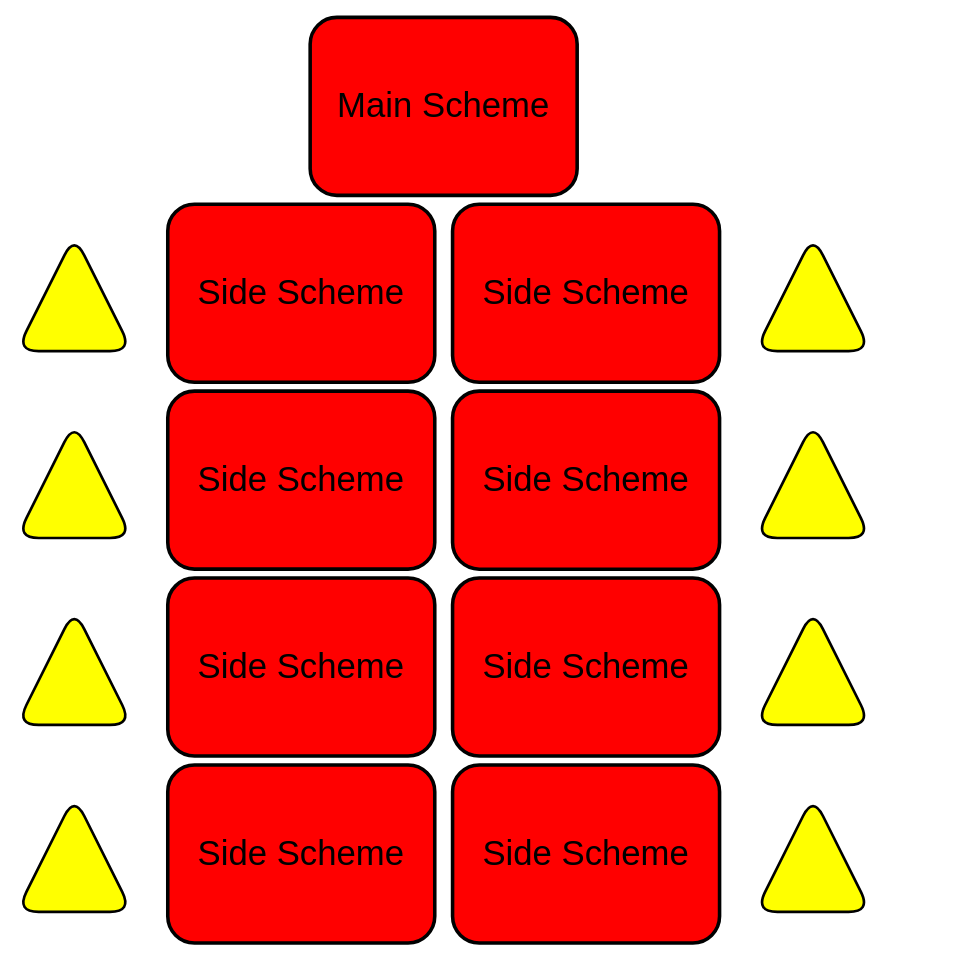
Before: wireframes/SchemeMat.drawio in funkymonkeymonk/tts-marvel-champions-automated, a draw.io diagram. Source tidied: cells renumbered, new cells numbered last; positions are measured from the earlier drawing's top-left corner, leaving out a move shared by most shapes. Both pictures are drawn from the tidied source at 89%, with x=0, y=0 at pixel (16, 17).
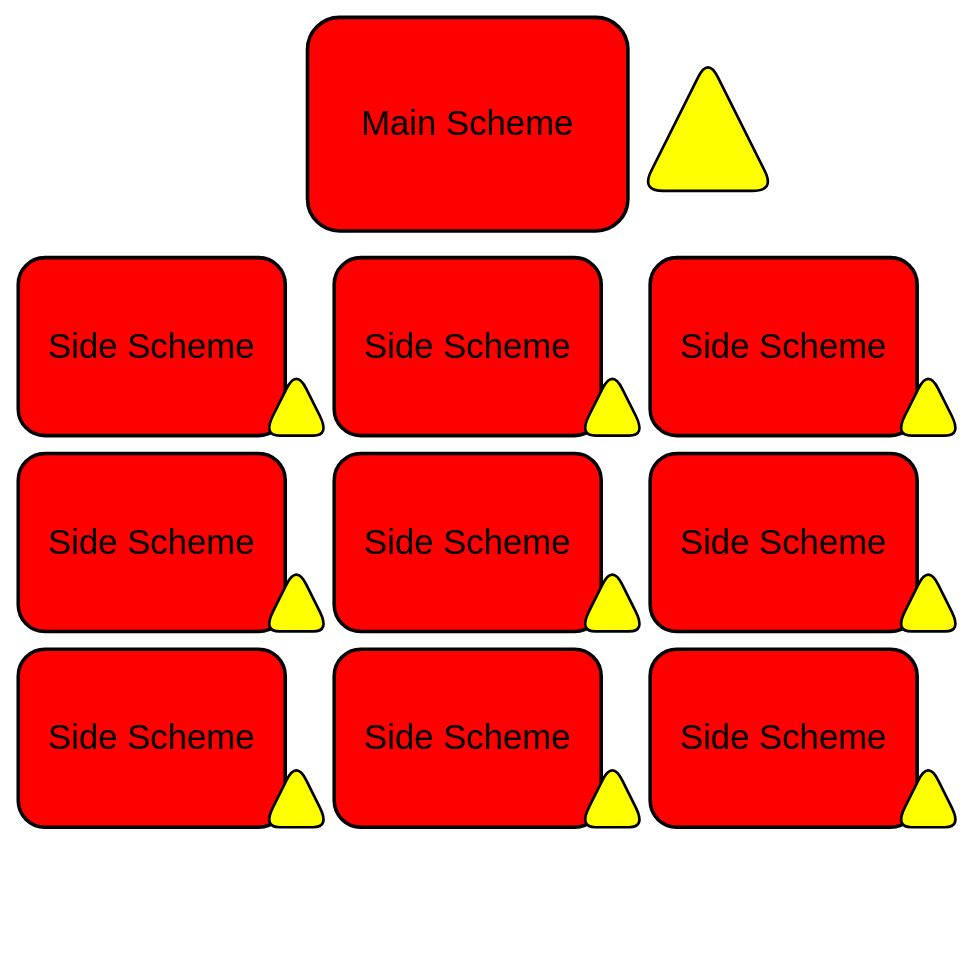
After the change.

Commit message:
Overlap threat trackers and make main scheme bigger

Diff of the diagram source:
```diff
@@
     <mxCell id="2" value="Main Scheme" style="rounded=1;whiteSpace=wrap;html=1;fontFamily=Bangers;FType=g;fontSize=39;fillColor=#FF0000;strokeWidth=4;shadow=0;comic=0;glass=0;direction=south;" parent="1" vertex="1">
-      <mxGeometry x="330" width="300" height="200" as="geometry" />
+      <mxGeometry x="327" width="360" height="240" as="geometry" />
     </mxCell>
+    <mxCell id="11" style="triangle;whiteSpace=wrap;html=1;direction=north;rounded=1;arcSize=50;strokeWidth=3;fillColor=#FFFF00;" parent="1" vertex="1">
+      <mxGeometry x="702" y="45" width="150" height="150" as="geometry" />
+    </mxCell>
+    <mxCell id="19" style="group;" parent="1" vertex="1">
+      <mxGeometry x="357" y="270" width="350" height="200" as="geometry" />
+    </mxCell>
-    <mxCell id="3" value="Side Scheme" style="rounded=1;whiteSpace=wrap;html=1;fontFamily=Bangers;FType=g;fontSize=39;fillColor=#FF0000;strokeWidth=4;shadow=0;comic=0;glass=0;direction=south;" parent="1" vertex="1">
-      <mxGeometry x="170" y="210" width="300" height="200" as="geometry" />
+    <mxCell id="3" value="Side Scheme" style="rounded=1;whiteSpace=wrap;html=1;fontFamily=Bangers;FType=g;fontSize=39;fillColor=#FF0000;strokeWidth=4;shadow=0;comic=0;glass=0;direction=south;" parent="19" vertex="1">
+      <mxGeometry width="300" height="200" as="geometry" />
     </mxCell>
-    <mxCell id="4" value="Side Scheme" style="rounded=1;whiteSpace=wrap;html=1;fontFamily=Bangers;FType=g;fontSize=39;fillColor=#FF0000;strokeWidth=4;shadow=0;comic=0;glass=0;direction=south;" parent="1" vertex="1">
-      <mxGeometry x="490" y="210" width="300" height="200" as="geometry" />
-    </mxCell>
-    <mxCell id="5" value="Side Scheme" style="rounded=1;whiteSpace=wrap;html=1;fontFamily=Bangers;FType=g;fontSize=39;fillColor=#FF0000;strokeWidth=4;shadow=0;comic=0;glass=0;direction=south;" parent="1" vertex="1">
-      <mxGeometry x="490" y="420" width="300" height="200" as="geometry" />
-    </mxCell>
-    <mxCell id="6" value="Side Scheme" style="rounded=1;whiteSpace=wrap;html=1;fontFamily=Bangers;FType=g;fontSize=39;fillColor=#FF0000;strokeWidth=4;shadow=0;comic=0;glass=0;direction=south;" parent="1" vertex="1">
-      <mxGeometry x="170" y="420" width="300" height="200" as="geometry" />
-    </mxCell>
-    <mxCell id="7" value="Side Scheme" style="rounded=1;whiteSpace=wrap;html=1;fontFamily=Bangers;FType=g;fontSize=39;fillColor=#FF0000;strokeWidth=4;shadow=0;comic=0;glass=0;direction=south;" parent="1" vertex="1">
-      <mxGeometry x="490" y="630" width="300" height="200" as="geometry" />
-    </mxCell>
-    <mxCell id="8" value="Side Scheme" style="rounded=1;whiteSpace=wrap;html=1;fontFamily=Bangers;FType=g;fontSize=39;fillColor=#FF0000;strokeWidth=4;shadow=0;comic=0;glass=0;direction=south;" parent="1" vertex="1">
-      <mxGeometry x="170" y="630" width="300" height="200" as="geometry" />
-    </mxCell>
-    <mxCell id="9" value="Side Scheme" style="rounded=1;whiteSpace=wrap;html=1;fontFamily=Bangers;FType=g;fontSize=39;fillColor=#FF0000;strokeWidth=4;shadow=0;comic=0;glass=0;direction=south;" parent="1" vertex="1">
-      <mxGeometry x="490" y="840" width="300" height="200" as="geometry" />
-    </mxCell>
-    <mxCell id="10" value="Side Scheme" style="rounded=1;whiteSpace=wrap;html=1;fontFamily=Bangers;FType=g;fontSize=39;fillColor=#FF0000;strokeWidth=4;shadow=0;comic=0;glass=0;direction=south;" parent="1" vertex="1">
-      <mxGeometry x="170" y="840" width="300" height="200" as="geometry" />
-    </mxCell>
-    <mxCell id="11" style="triangle;whiteSpace=wrap;html=1;direction=north;rounded=1;arcSize=50;strokeWidth=3;fillColor=#FFFF00;" parent="1" vertex="1">
-      <mxGeometry y="245" width="130" height="130" as="geometry" />
-    </mxCell>
-    <mxCell id="12" style="triangle;whiteSpace=wrap;html=1;direction=north;rounded=1;arcSize=50;strokeWidth=3;fillColor=#FFFF00;" parent="1" vertex="1">
-      <mxGeometry y="455" width="130" height="130" as="geometry" />
-    </mxCell>
-    <mxCell id="13" style="triangle;whiteSpace=wrap;html=1;direction=north;rounded=1;arcSize=50;strokeWidth=3;fillColor=#FFFF00;" parent="1" vertex="1">
-      <mxGeometry y="665" width="130" height="130" as="geometry" />
-    </mxCell>
-    <mxCell id="14" style="triangle;whiteSpace=wrap;html=1;direction=north;rounded=1;arcSize=50;strokeWidth=3;fillColor=#FFFF00;" parent="1" vertex="1">
-      <mxGeometry y="875" width="130" height="130" as="geometry" />
-    </mxCell>
-    <mxCell id="15" style="triangle;whiteSpace=wrap;html=1;direction=north;rounded=1;arcSize=50;strokeWidth=3;fillColor=#FFFF00;" parent="1" vertex="1">
-      <mxGeometry x="830" y="875" width="130" height="130" as="geometry" />
-    </mxCell>
-    <mxCell id="16" style="triangle;whiteSpace=wrap;html=1;direction=north;rounded=1;arcSize=50;strokeWidth=3;fillColor=#FFFF00;" parent="1" vertex="1">
-      <mxGeometry x="830" y="665" width="130" height="130" as="geometry" />
-    </mxCell>
-    <mxCell id="17" style="triangle;whiteSpace=wrap;html=1;direction=north;rounded=1;arcSize=50;strokeWidth=3;fillColor=#FFFF00;" parent="1" vertex="1">
-      <mxGeometry x="830" y="455" width="130" height="130" as="geometry" />
-    </mxCell>
-    <mxCell id="18" style="triangle;whiteSpace=wrap;html=1;direction=north;rounded=1;arcSize=50;strokeWidth=3;fillColor=#FFFF00;" parent="1" vertex="1">
-      <mxGeometry x="830" y="245" width="130" height="130" as="geometry" />
-    </mxCell>
+    <mxCell id="20" style="triangle;whiteSpace=wrap;html=1;direction=north;rounded=1;arcSize=50;strokeWidth=3;fillColor=#FFFF00;" parent="19" vertex="1">
+      <mxGeometry x="275" y="125" width="75" height="75" as="geometry" />
+    </mxCell>
+    <mxCell id="21" style="group;" parent="1" vertex="1">
+      <mxGeometry x="2" y="270" width="350" height="200" as="geometry" />
+    </mxCell>
+    <mxCell id="22" value="Side Scheme" style="rounded=1;whiteSpace=wrap;html=1;fontFamily=Bangers;FType=g;fontSize=39;fillColor=#FF0000;strokeWidth=4;shadow=0;comic=0;glass=0;direction=south;" parent="21" vertex="1">
+      <mxGeometry width="300" height="200" as="geometry" />
+    </mxCell>
+    <mxCell id="23" style="triangle;whiteSpace=wrap;html=1;direction=north;rounded=1;arcSize=50;strokeWidth=3;fillColor=#FFFF00;" parent="21" vertex="1">
+      <mxGeometry x="275" y="125" width="75" height="75" as="geometry" />
+    </mxCell>
+    <mxCell id="24" style="group;" parent="1" vertex="1">
+      <mxGeometry x="712" y="270" width="350" height="200" as="geometry" />
+    </mxCell>
+    <mxCell id="25" value="Side Scheme" style="rounded=1;whiteSpace=wrap;html=1;fontFamily=Bangers;FType=g;fontSize=39;fillColor=#FF0000;strokeWidth=4;shadow=0;comic=0;glass=0;direction=south;" parent="24" vertex="1">
+      <mxGeometry width="300" height="200" as="geometry" />
+    </mxCell>
+    <mxCell id="26" style="triangle;whiteSpace=wrap;html=1;direction=north;rounded=1;arcSize=50;strokeWidth=3;fillColor=#FFFF00;" parent="24" vertex="1">
+      <mxGeometry x="275" y="125" width="75" height="75" as="geometry" />
+    </mxCell>
+    <mxCell id="27" style="group;" parent="1" vertex="1">
+      <mxGeometry x="357" y="490" width="350" height="200" as="geometry" />
+    </mxCell>
+    <mxCell id="28" value="Side Scheme" style="rounded=1;whiteSpace=wrap;html=1;fontFamily=Bangers;FType=g;fontSize=39;fillColor=#FF0000;strokeWidth=4;shadow=0;comic=0;glass=0;direction=south;" parent="27" vertex="1">
+      <mxGeometry width="300" height="200" as="geometry" />
+    </mxCell>
+    <mxCell id="29" style="triangle;whiteSpace=wrap;html=1;direction=north;rounded=1;arcSize=50;strokeWidth=3;fillColor=#FFFF00;" parent="27" vertex="1">
+      <mxGeometry x="275" y="125" width="75" height="75" as="geometry" />
+    </mxCell>
+    <mxCell id="30" style="group;" parent="1" vertex="1">
+      <mxGeometry x="2" y="490" width="350" height="200" as="geometry" />
+    </mxCell>
+    <mxCell id="31" value="Side Scheme" style="rounded=1;whiteSpace=wrap;html=1;fontFamily=Bangers;FType=g;fontSize=39;fillColor=#FF0000;strokeWidth=4;shadow=0;comic=0;glass=0;direction=south;" parent="30" vertex="1">
+      <mxGeometry width="300" height="200" as="geometry" />
+    </mxCell>
+    <mxCell id="32" style="triangle;whiteSpace=wrap;html=1;direction=north;rounded=1;arcSize=50;strokeWidth=3;fillColor=#FFFF00;" parent="30" vertex="1">
+      <mxGeometry x="275" y="125" width="75" height="75" as="geometry" />
+    </mxCell>
+    <mxCell id="33" style="group;" parent="1" vertex="1">
+      <mxGeometry x="712" y="490" width="350" height="200" as="geometry" />
+    </mxCell>
+    <mxCell id="34" value="Side Scheme" style="rounded=1;whiteSpace=wrap;html=1;fontFamily=Bangers;FType=g;fontSize=39;fillColor=#FF0000;strokeWidth=4;shadow=0;comic=0;glass=0;direction=south;" parent="33" vertex="1">
+      <mxGeometry width="300" height="200" as="geometry" />
+    </mxCell>
+    <mxCell id="35" style="triangle;whiteSpace=wrap;html=1;direction=north;rounded=1;arcSize=50;strokeWidth=3;fillColor=#FFFF00;" parent="33" vertex="1">
+      <mxGeometry x="275" y="125" width="75" height="75" as="geometry" />
+    </mxCell>
+    <mxCell id="36" style="group;" parent="1" vertex="1">
+      <mxGeometry x="357" y="710" width="350" height="200" as="geometry" />
+    </mxCell>
+    <mxCell id="37" value="Side Scheme" style="rounded=1;whiteSpace=wrap;html=1;fontFamily=Bangers;FType=g;fontSize=39;fillColor=#FF0000;strokeWidth=4;shadow=0;comic=0;glass=0;direction=south;" parent="36" vertex="1">
+      <mxGeometry width="300" height="200" as="geometry" />
+    </mxCell>
+    <mxCell id="38" style="triangle;whiteSpace=wrap;html=1;direction=north;rounded=1;arcSize=50;strokeWidth=3;fillColor=#FFFF00;" parent="36" vertex="1">
+      <mxGeometry x="275" y="125" width="75" height="75" as="geometry" />
+    </mxCell>
+    <mxCell id="39" style="group;" parent="1" vertex="1">
+      <mxGeometry x="2" y="710" width="350" height="200" as="geometry" />
+    </mxCell>
+    <mxCell id="40" value="Side Scheme" style="rounded=1;whiteSpace=wrap;html=1;fontFamily=Bangers;FType=g;fontSize=39;fillColor=#FF0000;strokeWidth=4;shadow=0;comic=0;glass=0;direction=south;" parent="39" vertex="1">
+      <mxGeometry width="300" height="200" as="geometry" />
+    </mxCell>
+    <mxCell id="41" style="triangle;whiteSpace=wrap;html=1;direction=north;rounded=1;arcSize=50;strokeWidth=3;fillColor=#FFFF00;" parent="39" vertex="1">
+      <mxGeometry x="275" y="125" width="75" height="75" as="geometry" />
+    </mxCell>
+    <mxCell id="42" style="group;" parent="1" vertex="1">
+      <mxGeometry x="712" y="710" width="350" height="200" as="geometry" />
+    </mxCell>
+    <mxCell id="43" value="Side Scheme" style="rounded=1;whiteSpace=wrap;html=1;fontFamily=Bangers;FType=g;fontSize=39;fillColor=#FF0000;strokeWidth=4;shadow=0;comic=0;glass=0;direction=south;" parent="42" vertex="1">
+      <mxGeometry width="300" height="200" as="geometry" />
+    </mxCell>
+    <mxCell id="44" style="triangle;whiteSpace=wrap;html=1;direction=north;rounded=1;arcSize=50;strokeWidth=3;fillColor=#FFFF00;" parent="42" vertex="1">
+      <mxGeometry x="275" y="125" width="75" height="75" as="geometry" />
+    </mxCell>
```
